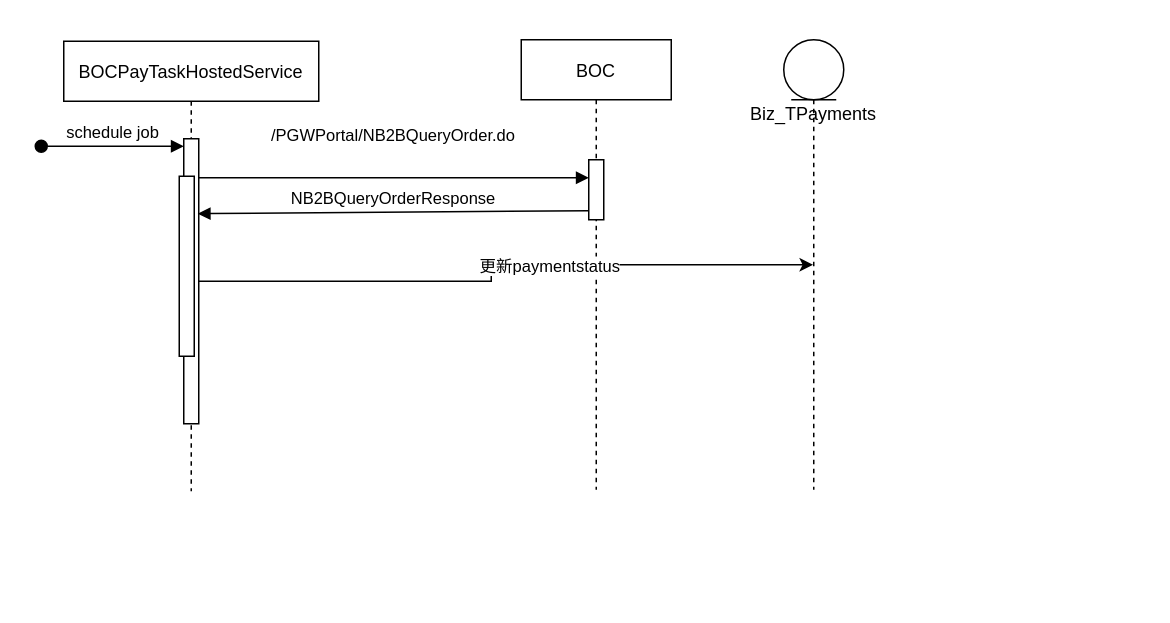
This is bocpaytask.drawio from yi2003/diagram, a draw.io file, before an edit. Source tidied: cells renumbered, new cells numbered last; positions are measured from the earlier drawing's top-left corner, leaving out a move shared by most shapes. Both pictures are drawn from the tidied source at 150%, with x=0, y=0 at pixel (40, 39).
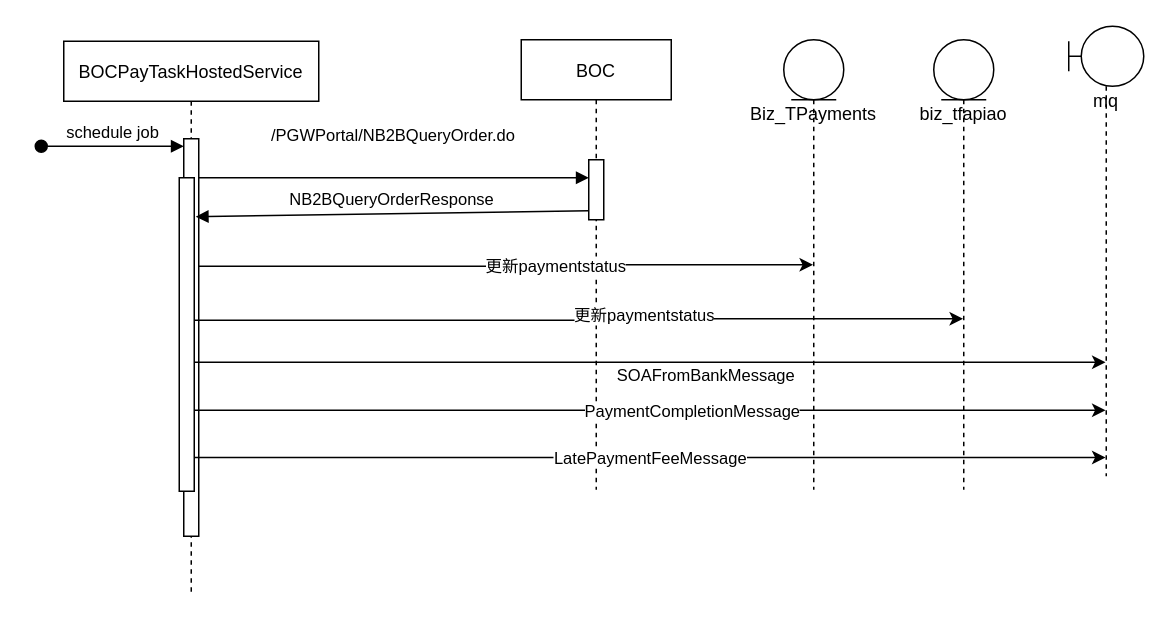
Above is the later version.

Unchanged cells that the change refers to:
```xml
<mxCell id="10" value="Biz_TPayments" style="shape=umlLifeline;participant=umlEntity;perimeter=lifelinePerimeter;whiteSpace=wrap;html=1;verticalAlign=top;spacingTop=36;outlineConnect=0;" parent="1" vertex="1">
  <mxGeometry x="495" width="40" height="300" as="geometry" />
</mxCell>
```

Diff of the diagram source:
```diff
@@
     <mxCell id="2" value="BOCPayTaskHostedService" style="shape=umlLifeline;perimeter=lifelinePerimeter;rounded=0;shadow=0;strokeWidth=1;" parent="1" vertex="1">
-      <mxGeometry x="15" y="1" width="170" height="300" as="geometry" />
+      <mxGeometry x="15" y="1" width="170" height="370" as="geometry" />
     </mxCell>
     <mxCell id="3" style="points=[];perimeter=orthogonalPerimeter;rounded=0;shadow=0;strokeWidth=1;" parent="2" vertex="1">
-      <mxGeometry x="80" y="65" width="10" height="190" as="geometry" />
+      <mxGeometry x="80" y="65" width="10" height="265" as="geometry" />
     </mxCell>
@@
     <mxCell id="5" style="perimeter=orthogonalPerimeter;rounded=0;shadow=0;strokeWidth=1;" parent="2" vertex="1">
-      <mxGeometry x="77" y="90" width="10" height="120" as="geometry" />
+      <mxGeometry x="77" y="91" width="10" height="209" as="geometry" />
     </mxCell>
@@
-    <mxCell id="9" value="NB2BQueryOrderResponse" style="verticalAlign=bottom;endArrow=block;entryX=0.933;entryY=0.263;shadow=0;strokeWidth=1;entryDx=0;entryDy=0;entryPerimeter=0;" parent="1" edge="1" target="3">
+    <mxCell id="9" value="NB2BQueryOrderResponse" style="verticalAlign=bottom;endArrow=block;entryX=0.8;entryY=0.196;shadow=0;strokeWidth=1;entryDx=0;entryDy=0;entryPerimeter=0;" parent="1" edge="1" target="3">
       <mxGeometry relative="1" as="geometry">
         <mxPoint x="365" y="114" as="sourcePoint" />
       </mxGeometry>
     </mxCell>
@@
     <mxCell id="11" style="edgeStyle=orthogonalEdgeStyle;rounded=0;jettySize=auto;html=1;" parent="1" edge="1" source="3" target="10">
-      <mxGeometry relative="1" as="geometry" />
+      <mxGeometry relative="1" as="geometry">
+        <Array as="points">
+          <mxPoint x="300" y="151" />
+          <mxPoint x="300" y="150" />
+        </Array>
+      </mxGeometry>
     </mxCell>
@@
+    <mxCell id="13" value="biz_tfapiao" style="shape=umlLifeline;participant=umlEntity;perimeter=lifelinePerimeter;whiteSpace=wrap;html=1;verticalAlign=top;spacingTop=36;" parent="1" vertex="1">
+      <mxGeometry x="595" width="40" height="300" as="geometry" />
+    </mxCell>
+    <mxCell id="14" style="edgeStyle=orthogonalEdgeStyle;rounded=0;orthogonalLoop=1;jettySize=auto;html=1;" parent="1" edge="1">
+      <mxGeometry relative="1" as="geometry">
+        <mxPoint x="102" y="187" as="sourcePoint" />
+        <mxPoint x="614.5" y="186" as="targetPoint" />
+        <Array as="points">
+          <mxPoint x="358" y="187" />
+          <mxPoint x="358" y="186" />
+        </Array>
+      </mxGeometry>
+    </mxCell>
+    <mxCell id="15" value="更新paymentstatus" style="edgeLabel;html=1;align=center;verticalAlign=middle;" parent="14" vertex="1">
+      <mxGeometry x="0.17" y="3" relative="1" as="geometry" />
+    </mxCell>
+    <mxCell id="16" value="mq" style="shape=umlLifeline;participant=umlBoundary;perimeter=lifelinePerimeter;whiteSpace=wrap;html=1;verticalAlign=top;spacingTop=36;" parent="1" vertex="1">
+      <mxGeometry x="685" y="-9" width="50" height="300" as="geometry" />
+    </mxCell>
+    <mxCell id="17" style="edgeStyle=orthogonalEdgeStyle;rounded=0;orthogonalLoop=1;jettySize=auto;html=1;" parent="1" edge="1">
+      <mxGeometry relative="1" as="geometry">
+        <mxPoint x="102" y="215" as="sourcePoint" />
+        <mxPoint x="709.5" y="215" as="targetPoint" />
+        <Array as="points">
+          <mxPoint x="555" y="215" />
+          <mxPoint x="555" y="215" />
+        </Array>
+      </mxGeometry>
+    </mxCell>
+    <mxCell id="18" value="SOAFromBankMessage" style="edgeLabel;html=1;align=center;verticalAlign=middle;" parent="17" vertex="1">
+      <mxGeometry x="0.12" y="-8" relative="1" as="geometry" />
+    </mxCell>
+    <mxCell id="19" style="edgeStyle=orthogonalEdgeStyle;rounded=0;orthogonalLoop=1;jettySize=auto;html=1;" parent="1" edge="1">
+      <mxGeometry relative="1" as="geometry">
+        <mxPoint x="102" y="247" as="sourcePoint" />
+        <mxPoint x="709.5" y="247" as="targetPoint" />
+        <Array as="points">
+          <mxPoint x="545" y="247" />
+          <mxPoint x="545" y="247" />
+        </Array>
+      </mxGeometry>
+    </mxCell>
+    <mxCell id="20" value="PaymentCompletionMessage" style="edgeLabel;html=1;align=center;verticalAlign=middle;" parent="19" vertex="1">
+      <mxGeometry x="0.09" relative="1" as="geometry" />
+    </mxCell>
+    <mxCell id="21" value="LatePaymentFeeMessage" style="edgeStyle=orthogonalEdgeStyle;rounded=0;orthogonalLoop=1;jettySize=auto;html=1;" parent="1" edge="1">
+      <mxGeometry relative="1" as="geometry">
+        <mxPoint x="102" y="278.5" as="sourcePoint" />
+        <mxPoint x="709.5" y="278.5" as="targetPoint" />
+        <Array as="points">
+          <mxPoint x="555" y="279" />
+          <mxPoint x="555" y="279" />
+        </Array>
+      </mxGeometry>
+    </mxCell>
```
